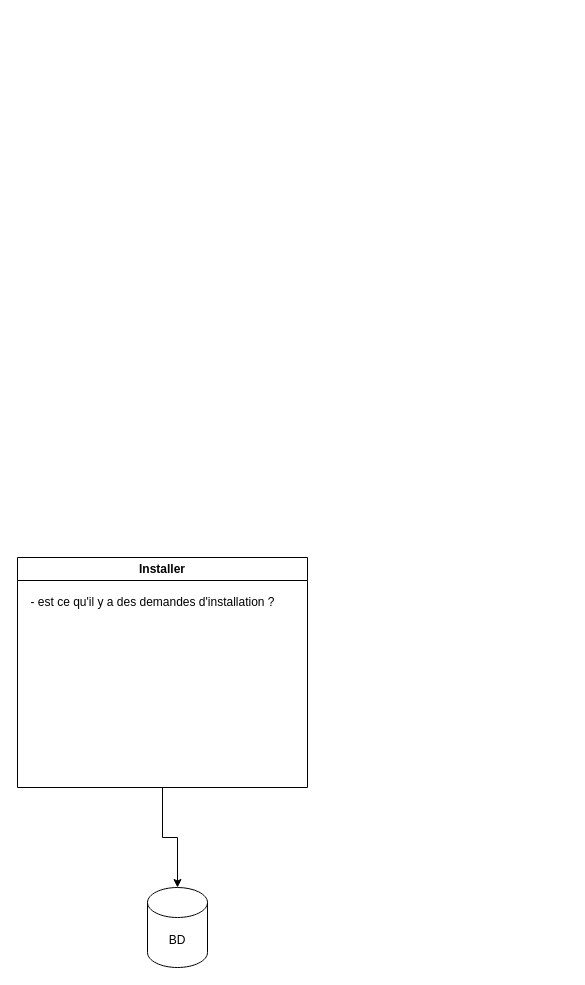
The draw.io diagram Diagramme sans nom.drawio in Aking221/Aking221, before the edit. Source tidied: cells renumbered, new cells numbered last; positions are measured from the earlier drawing's top-left corner, leaving out a move shared by most shapes. Both pictures are drawn from the tidied source at 100%, with x=0, y=0 at pixel (17, 557).
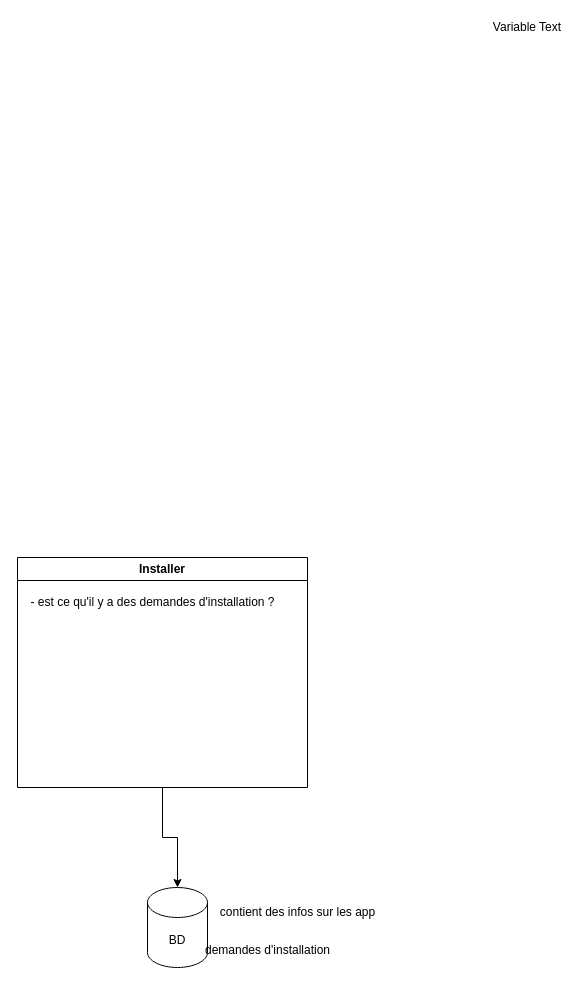
Above is the later version.

Commit message (it also covers changes not shown here):
Mettre à jour Diagramme sans nom.drawio

What changed in the source:
```diff
@@
 <mxGraphModel>
   <root>
     <mxCell id="0" />
     <mxCell id="1" parent="0" />
     <mxCell id="2" style="edgeStyle=orthogonalEdgeStyle;rounded=0;jettySize=auto;html=1;" parent="1" edge="1" source="3" target="5">
       <mxGeometry relative="1" as="geometry" />
     </mxCell>
     <mxCell id="3" value="Installer" style="swimlane;whiteSpace=wrap;html=1;startSize=23;" parent="1" vertex="1">
       <mxGeometry width="290" height="230" as="geometry" />
     </mxCell>
     <mxCell id="4" value="- est ce qu'il y a des demandes d'installation ?" style="text;html=1;align=center;verticalAlign=middle;strokeColor=none;fillColor=none;" parent="3" vertex="1">
       <mxGeometry y="30" width="270" height="30" as="geometry" />
     </mxCell>
     <mxCell id="5" value="BD" style="shape=cylinder3;whiteSpace=wrap;html=1;boundedLbl=1;backgroundOutline=1;size=15;" parent="1" vertex="1">
       <mxGeometry x="130" y="330" width="60" height="80" as="geometry" />
     </mxCell>
+    <mxCell id="6" value="contient des infos sur les app" style="text;html=1;align=center;verticalAlign=middle;strokeColor=none;fillColor=none;" parent="1" vertex="1">
+      <mxGeometry x="190" y="340" width="180" height="30" as="geometry" />
+    </mxCell>
+    <mxCell id="7" value="demandes d'installation" style="text;html=1;align=center;verticalAlign=middle;strokeColor=none;fillColor=none;" parent="1" vertex="1">
+      <mxGeometry x="175" y="378" width="150" height="30" as="geometry" />
+    </mxCell>
+    <object id="8" label="%name% Text" name="Variable" placeholders="1">
+      <mxCell style="text;html=1;strokeColor=none;fillColor=none;align=center;verticalAlign=middle;whiteSpace=wrap;overflow=hidden;" parent="1" vertex="1">
+        <mxGeometry x="470" y="-540" width="80" height="20" as="geometry" />
+      </mxCell>
+    </object>
   </root>
 </mxGraphModel>
```
